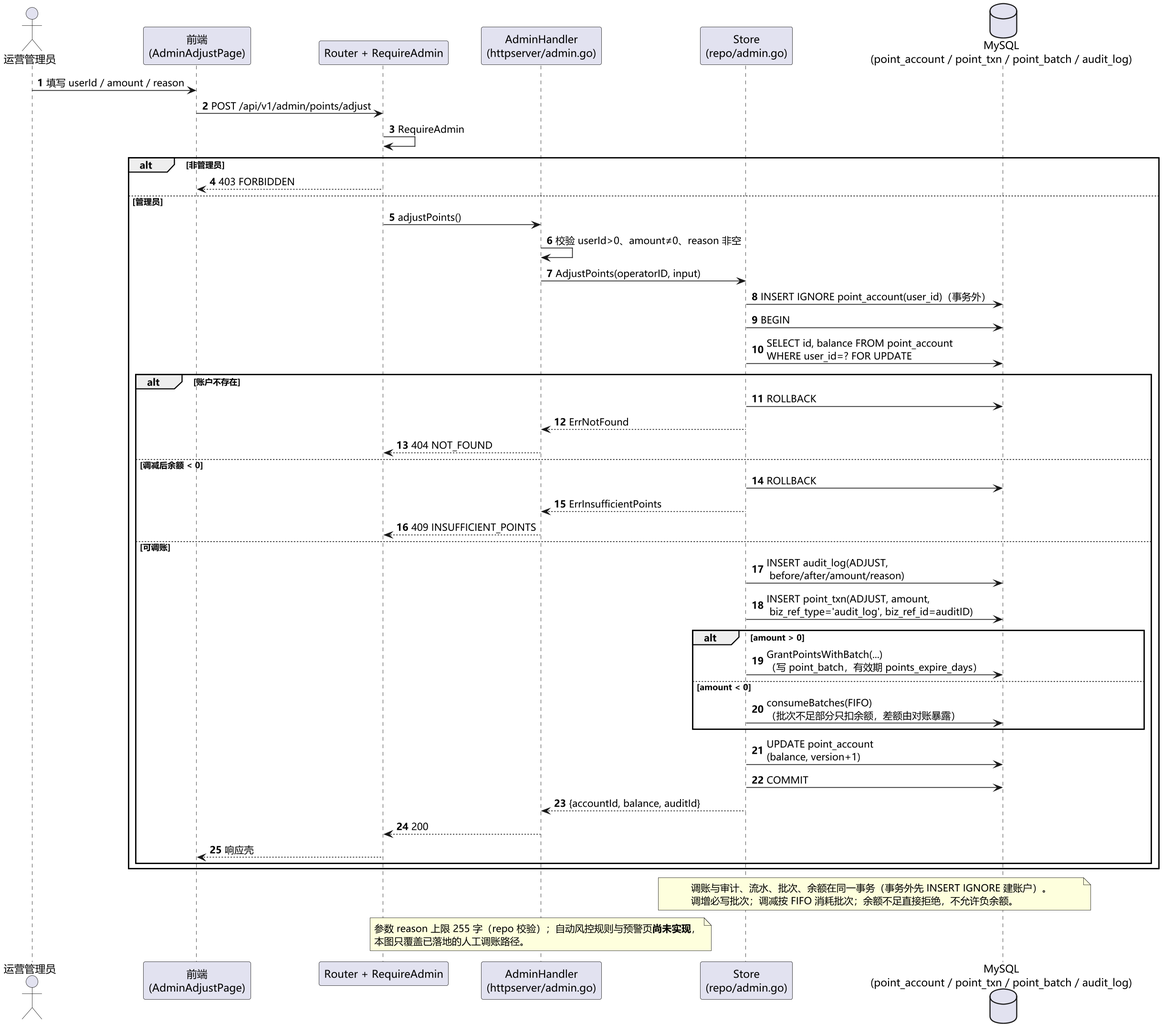
The PlantUML diagram docs/uml/out/图2-40 序列图：风控与人工调账（UC-15 用例实现）.png in chiyan11/green-travel-points, before a commit.
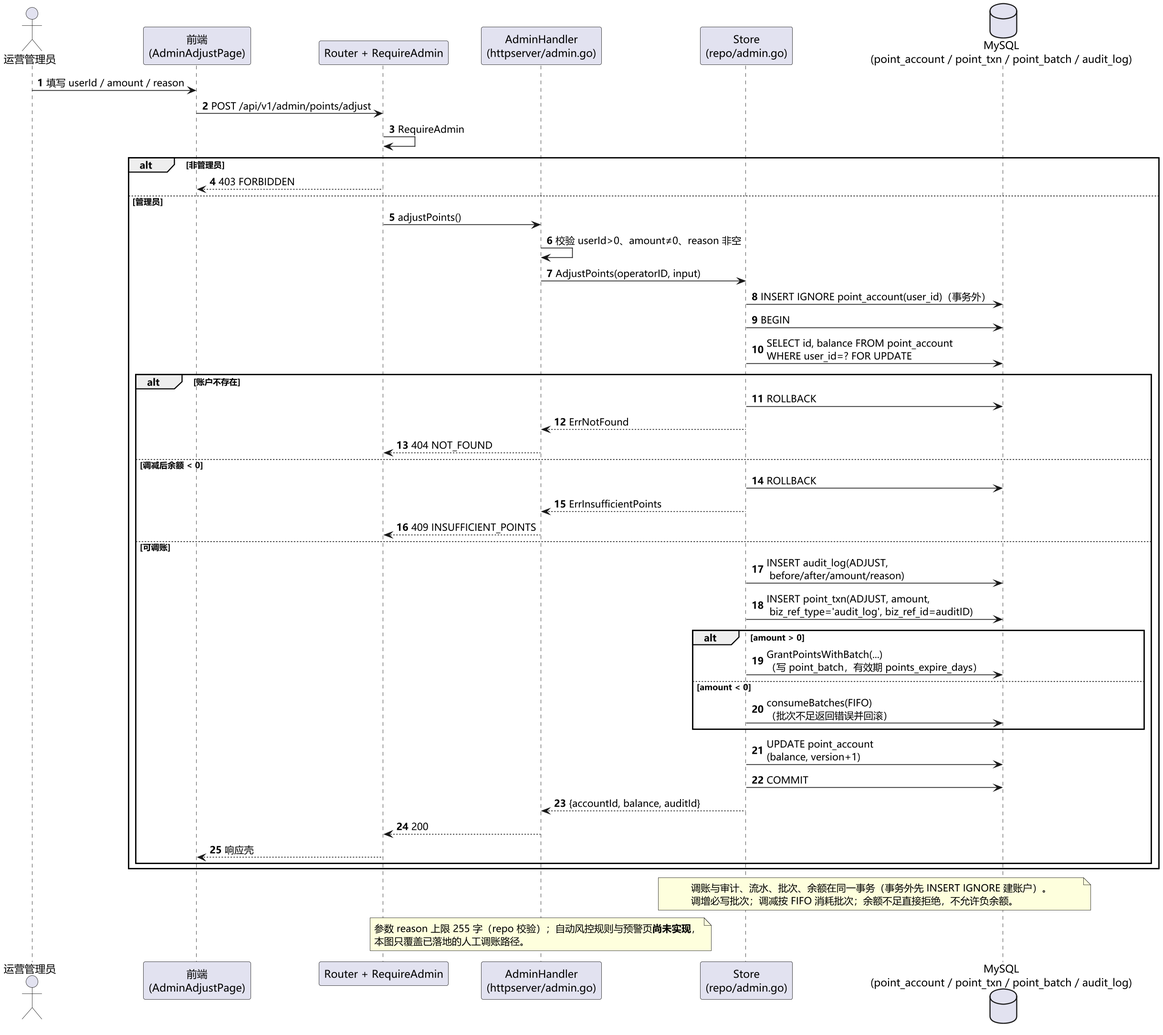
After the commit.

The edit, as a diff of the source:
```diff
@@ -1,4 +1,5 @@
 @startuml 图2-40 序列图：风控与人工调账（UC-15 用例实现）
+!pragma layout smetana
 skinparam defaultFontName "Microsoft YaHei"
 skinparam dpi 150
 skinparam shadowing false
@@ -37,7 +38,7 @@
     alt amount > 0
       S -> DB : GrantPointsWithBatch(...)\n（写 point_batch，有效期 points_expire_days）
     else amount < 0
-      S -> DB : consumeBatches(FIFO)\n（批次不足部分只扣余额，差额由对账暴露）
+      S -> DB : consumeBatches(FIFO)\n（批次不足返回错误并回滚）
     end
     S -> DB : UPDATE point_account\n(balance, version+1)
     S -> DB : COMMIT
```
